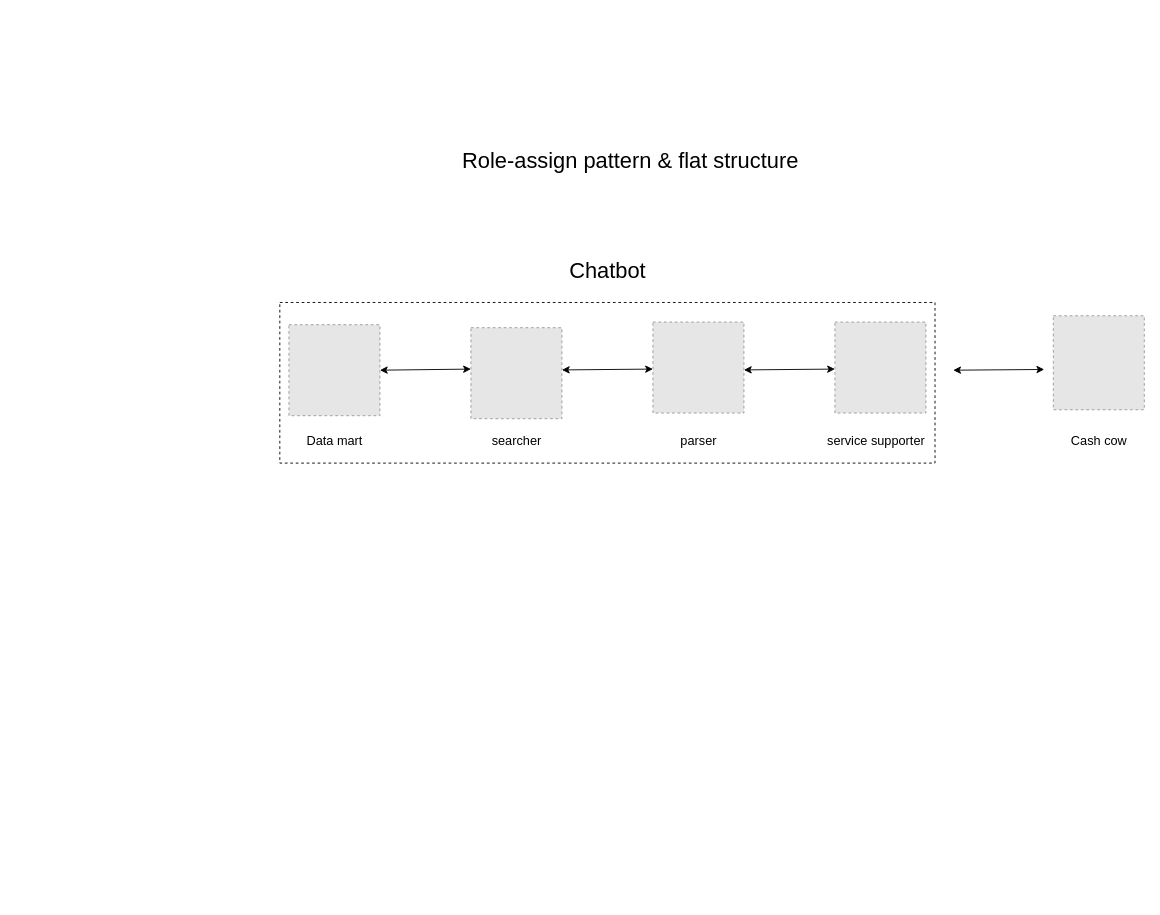
Earlier version of the draw.io diagram multi-agent_architect.drawio (Hieraaetus-moorei/Job_recommender). Source tidied: cells renumbered, new cells numbered last; positions are measured from the earlier drawing's top-left corner, leaving out a move shared by most shapes. Both pictures are drawn from the tidied source at 91%, with x=0, y=0 at pixel (279, 143). Pictures stored in the file or linked from it are replaced by grey dashed boxes.
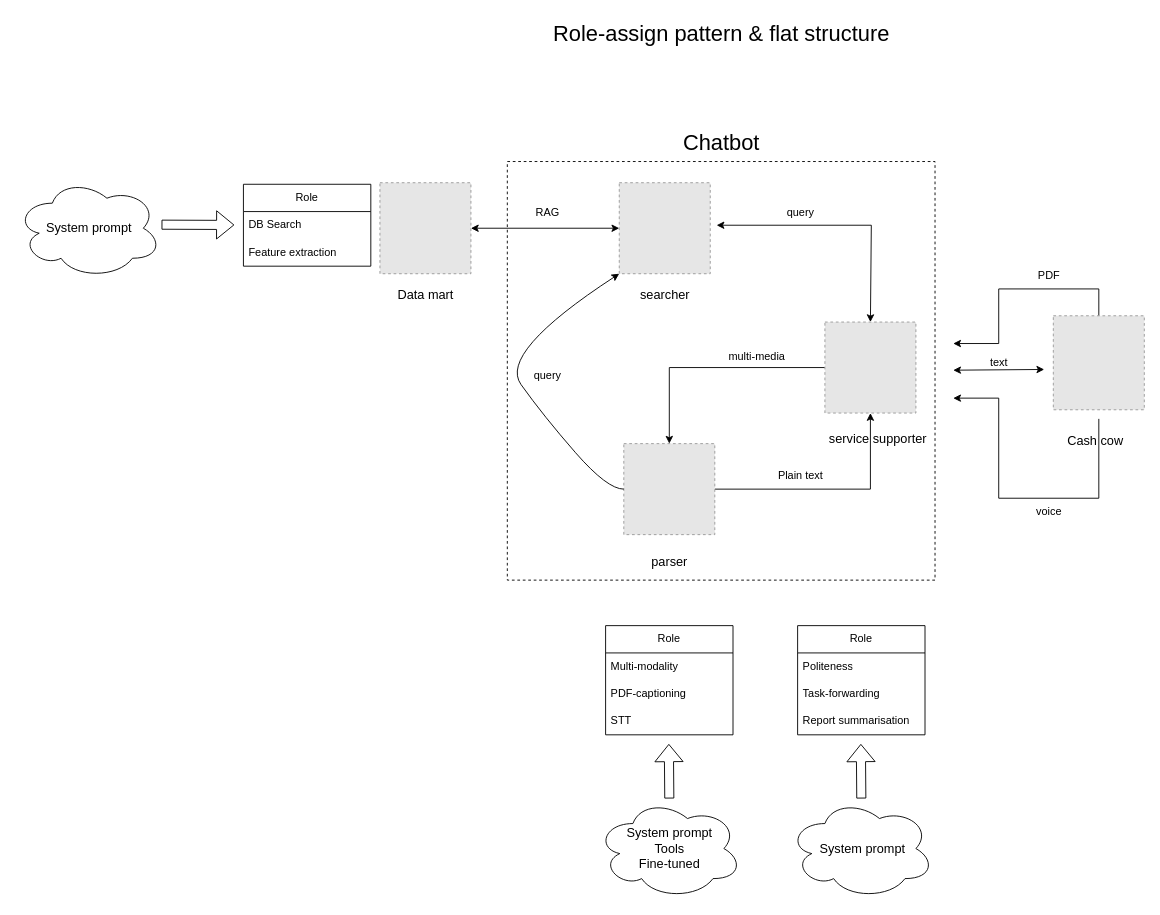
The same page after the edit.

The change refers to these unchanged cells:
```xml
<mxCell id="3" style="fillColor=#E6E6E6;strokeColor=#999999;dashed=1;verticalLabelPosition=bottom;labelBackgroundColor=default;verticalAlign=top;" parent="1" vertex="1">
  <mxGeometry x="850" y="189.5" width="100" height="103.3" as="geometry" />
</mxCell>
```

What changed in the source:
```diff
@@
-    <mxCell id="2" style="rounded=0;whiteSpace=wrap;html=1;fillColor=none;dashed=1;" parent="1" vertex="1">
-      <mxGeometry y="174.9" width="720" height="176.5" as="geometry" />
-    </mxCell>
+    <mxCell id="19" style="rounded=0;whiteSpace=wrap;html=1;fillColor=none;dashed=1;" parent="1" vertex="1">
+      <mxGeometry x="250" y="20" width="470" height="460" as="geometry" />
+    </mxCell>
+    <mxCell id="20" style="edgeStyle=orthogonalEdgeStyle;rounded=0;jettySize=auto;html=1;" parent="1" edge="1" source="3">
+      <mxGeometry relative="1" as="geometry">
+        <mxPoint x="740" y="220" as="targetPoint" />
+        <Array as="points">
+          <mxPoint x="900" y="160" />
+          <mxPoint x="790" y="160" />
+          <mxPoint x="790" y="220" />
+          <mxPoint x="740" y="220" />
+        </Array>
+      </mxGeometry>
+    </mxCell>
+    <mxCell id="21" style="edgeStyle=orthogonalEdgeStyle;rounded=0;orthogonalLoop=1;jettySize=auto;html=1;" parent="1" edge="1">
+      <mxGeometry relative="1" as="geometry">
+        <mxPoint x="900" y="302.8" as="sourcePoint" />
+        <mxPoint x="740" y="280" as="targetPoint" />
+        <Array as="points">
+          <mxPoint x="900" y="390" />
+          <mxPoint x="790" y="390" />
+          <mxPoint x="790" y="280" />
+          <mxPoint x="740" y="280" />
+        </Array>
+      </mxGeometry>
+    </mxCell>
@@
-    <mxCell id="4" style="fillColor=#E6E6E6;strokeColor=#999999;dashed=1;verticalLabelPosition=bottom;labelBackgroundColor=default;verticalAlign=top;" parent="1" vertex="1">
-      <mxGeometry x="10" y="199.3" width="100" height="100" as="geometry" />
-    </mxCell>
+    <mxCell id="22" style="fillColor=#E6E6E6;strokeColor=#999999;dashed=1;verticalLabelPosition=bottom;labelBackgroundColor=default;verticalAlign=top;" parent="1" vertex="1">
+      <mxGeometry x="110" y="43.3" width="100" height="100" as="geometry" />
+    </mxCell>
     <mxCell id="5" value="&lt;font style=&quot;font-size: 14px;&quot;&gt;Data mart&lt;/font&gt;" style="text;html=1;align=center;verticalAlign=middle;strokeColor=none;fillColor=none;" parent="1" vertex="1">
-      <mxGeometry x="20" y="311.6" width="80" height="30" as="geometry" />
+      <mxGeometry x="120" y="152.3" width="80" height="30" as="geometry" />
     </mxCell>
-    <mxCell id="6" style="fillColor=#E6E6E6;strokeColor=#999999;dashed=1;verticalLabelPosition=bottom;labelBackgroundColor=default;verticalAlign=top;" parent="1" vertex="1">
-      <mxGeometry x="610" y="196.4" width="100" height="100" as="geometry" />
-    </mxCell>
+    <mxCell id="23" style="edgeStyle=orthogonalEdgeStyle;rounded=0;jettySize=auto;html=1;exitX=0;exitY=0.5;exitDx=0;exitDy=0;entryX=0.5;entryY=0;entryDx=0;entryDy=0;" parent="1" edge="1" source="24" target="26">
+      <mxGeometry relative="1" as="geometry">
+        <Array as="points">
+          <mxPoint x="428" y="246" />
+        </Array>
+      </mxGeometry>
+    </mxCell>
+    <mxCell id="24" style="fillColor=#E6E6E6;strokeColor=#999999;dashed=1;verticalLabelPosition=bottom;labelBackgroundColor=default;verticalAlign=top;" parent="1" vertex="1">
+      <mxGeometry x="599" y="196.4" width="100" height="100" as="geometry" />
+    </mxCell>
     <mxCell id="7" value="&lt;font style=&quot;font-size: 14px;&quot;&gt;service supporter&lt;/font&gt;" style="text;html=1;align=center;verticalAlign=middle;strokeColor=none;fillColor=none;" parent="1" vertex="1">
-      <mxGeometry x="590" y="311.6" width="130" height="30" as="geometry" />
+      <mxGeometry x="592" y="309.6" width="130" height="30" as="geometry" />
     </mxCell>
-    <mxCell id="8" style="fillColor=#E6E6E6;strokeColor=#999999;dashed=1;verticalLabelPosition=bottom;labelBackgroundColor=default;verticalAlign=top;" parent="1" vertex="1">
-      <mxGeometry x="410" y="196.4" width="100" height="100" as="geometry" />
-    </mxCell>
-    <mxCell id="9" style="fillColor=#E6E6E6;strokeColor=#999999;dashed=1;verticalLabelPosition=bottom;labelBackgroundColor=default;verticalAlign=top;" parent="1" vertex="1">
-      <mxGeometry x="210" y="202.6" width="100" height="100" as="geometry" />
-    </mxCell>
+    <mxCell id="25" style="edgeStyle=orthogonalEdgeStyle;rounded=0;jettySize=auto;html=1;entryX=0.5;entryY=1;entryDx=0;entryDy=0;" parent="1" edge="1" source="26" target="24">
+      <mxGeometry relative="1" as="geometry" />
+    </mxCell>
+    <mxCell id="26" style="fillColor=#E6E6E6;strokeColor=#999999;dashed=1;verticalLabelPosition=bottom;labelBackgroundColor=default;verticalAlign=top;" parent="1" vertex="1">
+      <mxGeometry x="378" y="330" width="100" height="100" as="geometry" />
+    </mxCell>
+    <mxCell id="27" style="fillColor=#E6E6E6;strokeColor=#999999;dashed=1;verticalLabelPosition=bottom;labelBackgroundColor=default;verticalAlign=top;" parent="1" vertex="1">
+      <mxGeometry x="373" y="43.3" width="100" height="100" as="geometry" />
+    </mxCell>
     <mxCell id="10" value="&lt;font style=&quot;font-size: 14px;&quot;&gt;Cash cow&lt;/font&gt;" style="text;html=1;align=center;verticalAlign=middle;strokeColor=none;fillColor=none;" parent="1" vertex="1">
-      <mxGeometry x="860" y="311.6" width="80" height="30" as="geometry" />
+      <mxGeometry x="856" y="311.6" width="80" height="30" as="geometry" />
     </mxCell>
     <mxCell id="11" value="&lt;font size=&quot;5&quot;&gt;Chatbot&lt;/font&gt;" style="text;html=1;align=center;verticalAlign=middle;strokeColor=none;fillColor=none;" parent="1" vertex="1">
-      <mxGeometry x="305" y="121.2" width="110" height="40" as="geometry" />
+      <mxGeometry x="430" y="-20" width="110" height="40" as="geometry" />
     </mxCell>
-    <mxCell id="12" style="endArrow=classic;startArrow=classic;html=1;rounded=0;exitX=1;exitY=0.5;exitDx=0;exitDy=0;" parent="1" edge="1" source="4">
-      <mxGeometry relative="1" as="geometry">
-        <mxPoint x="210" y="248.1" as="targetPoint" />
-      </mxGeometry>
-    </mxCell>
-    <mxCell id="13" style="endArrow=classic;startArrow=classic;html=1;rounded=0;exitX=1;exitY=0.5;exitDx=0;exitDy=0;" parent="1" edge="1">
-      <mxGeometry relative="1" as="geometry">
-        <mxPoint x="310" y="249" as="sourcePoint" />
-        <mxPoint x="410" y="248.1" as="targetPoint" />
-      </mxGeometry>
-    </mxCell>
-    <mxCell id="14" style="endArrow=classic;startArrow=classic;html=1;rounded=0;exitX=1;exitY=0.5;exitDx=0;exitDy=0;" parent="1" edge="1">
-      <mxGeometry relative="1" as="geometry">
-        <mxPoint x="510" y="249" as="sourcePoint" />
-        <mxPoint x="610" y="248.1" as="targetPoint" />
-      </mxGeometry>
-    </mxCell>
     <mxCell id="15" value="&lt;font style=&quot;font-size: 14px;&quot;&gt;parser&lt;/font&gt;" style="text;html=1;align=center;verticalAlign=middle;strokeColor=none;fillColor=none;" parent="1" vertex="1">
-      <mxGeometry x="430" y="311.6" width="60" height="30" as="geometry" />
+      <mxGeometry x="398" y="445.2" width="60" height="30" as="geometry" />
     </mxCell>
     <mxCell id="16" value="&lt;font style=&quot;font-size: 14px;&quot;&gt;searcher&lt;/font&gt;" style="text;html=1;align=center;verticalAlign=middle;strokeColor=none;fillColor=none;" parent="1" vertex="1">
-      <mxGeometry x="220" y="311.6" width="80" height="30" as="geometry" />
+      <mxGeometry x="383" y="152.3" width="80" height="30" as="geometry" />
     </mxCell>
-    <mxCell id="17" style="endArrow=classic;startArrow=classic;html=1;rounded=0;exitX=1;exitY=0.5;exitDx=0;exitDy=0;" parent="1" edge="1">
-      <mxGeometry relative="1" as="geometry">
-        <mxPoint x="740" y="249.3" as="sourcePoint" />
-        <mxPoint x="840" y="248.5" as="targetPoint" />
-      </mxGeometry>
-    </mxCell>
+    <mxCell id="28" style="endArrow=classic;startArrow=classic;html=1;rounded=0;exitX=1;exitY=0.5;exitDx=0;exitDy=0;" parent="1" edge="1">
+      <mxGeometry relative="1" as="geometry">
+        <mxPoint x="740" y="249.3" as="sourcePoint" />
+        <mxPoint x="840" y="248.5" as="targetPoint" />
+      </mxGeometry>
+    </mxCell>
     <mxCell id="18" value="&lt;font size=&quot;5&quot;&gt;Role-assign pattern &amp;amp; flat structure&lt;/font&gt;" style="text;html=1;align=center;verticalAlign=middle;strokeColor=none;fillColor=none;" parent="1" vertex="1">
-      <mxGeometry x="190" width="390" height="40" as="geometry" />
+      <mxGeometry x="290" y="-140" width="390" height="40" as="geometry" />
     </mxCell>
+    <mxCell id="29" value="Role" style="swimlane;fontStyle=0;horizontal=1;startSize=30;whiteSpace=wrap;html=1;" parent="1" vertex="1">
+      <mxGeometry x="569" y="530" width="140" height="120" as="geometry" />
+    </mxCell>
+    <mxCell id="30" value="Politeness" style="text;strokeColor=none;fillColor=none;align=left;verticalAlign=middle;spacingLeft=4;spacingRight=4;overflow=hidden;whiteSpace=wrap;html=1;" parent="29" vertex="1">
+      <mxGeometry y="30" width="140" height="30" as="geometry" />
+    </mxCell>
+    <mxCell id="31" value="Task-forwarding" style="text;strokeColor=none;fillColor=none;align=left;verticalAlign=middle;spacingLeft=4;spacingRight=4;overflow=hidden;whiteSpace=wrap;html=1;" parent="29" vertex="1">
+      <mxGeometry y="60" width="140" height="30" as="geometry" />
+    </mxCell>
+    <mxCell id="32" value="Report summarisation" style="text;strokeColor=none;fillColor=none;align=left;verticalAlign=middle;spacingLeft=4;spacingRight=4;overflow=hidden;whiteSpace=wrap;html=1;" parent="29" vertex="1">
+      <mxGeometry y="90" width="140" height="30" as="geometry" />
+    </mxCell>
+    <mxCell id="33" value="&lt;font style=&quot;font-size: 12px;&quot;&gt;PDF&lt;/font&gt;" style="text;html=1;align=center;verticalAlign=middle;strokeColor=none;fillColor=none;" parent="1" vertex="1">
+      <mxGeometry x="820" y="131.2" width="50" height="30" as="geometry" />
+    </mxCell>
+    <mxCell id="34" value="&lt;font style=&quot;font-size: 12px;&quot;&gt;voice&lt;/font&gt;" style="text;html=1;align=center;verticalAlign=middle;strokeColor=none;fillColor=none;" parent="1" vertex="1">
+      <mxGeometry x="820" y="390" width="50" height="30" as="geometry" />
+    </mxCell>
+    <mxCell id="35" value="&lt;font style=&quot;font-size: 12px;&quot;&gt;text&lt;/font&gt;" style="text;html=1;align=center;verticalAlign=middle;strokeColor=none;fillColor=none;" parent="1" vertex="1">
+      <mxGeometry x="770" y="226.1" width="40" height="30" as="geometry" />
+    </mxCell>
+    <mxCell id="36" style="ellipse;shape=cloud;whiteSpace=wrap;html=1;" parent="1" vertex="1">
+      <mxGeometry x="559" y="720" width="160" height="110" as="geometry" />
+    </mxCell>
+    <mxCell id="37" style="shape=flexArrow;endArrow=classic;html=1;rounded=0;" parent="1" edge="1">
+      <mxGeometry relative="1" as="geometry">
+        <mxPoint x="639" y="720" as="sourcePoint" />
+        <mxPoint x="638.5" y="660" as="targetPoint" />
+      </mxGeometry>
+    </mxCell>
+    <mxCell id="38" value="&lt;font style=&quot;font-size: 14px;&quot;&gt;System prompt&lt;/font&gt;" style="text;html=1;align=center;verticalAlign=middle;strokeColor=none;fillColor=none;" parent="1" vertex="1">
+      <mxGeometry x="580" y="760" width="120" height="30" as="geometry" />
+    </mxCell>
+    <mxCell id="39" value="Role" style="swimlane;fontStyle=0;horizontal=1;startSize=30;whiteSpace=wrap;html=1;" parent="1" vertex="1">
+      <mxGeometry x="358" y="530" width="140" height="120" as="geometry" />
+    </mxCell>
+    <mxCell id="40" value="Multi-modality" style="text;strokeColor=none;fillColor=none;align=left;verticalAlign=middle;spacingLeft=4;spacingRight=4;overflow=hidden;whiteSpace=wrap;html=1;" parent="39" vertex="1">
+      <mxGeometry y="30" width="140" height="30" as="geometry" />
+    </mxCell>
+    <mxCell id="41" value="PDF-captioning" style="text;strokeColor=none;fillColor=none;align=left;verticalAlign=middle;spacingLeft=4;spacingRight=4;overflow=hidden;whiteSpace=wrap;html=1;" parent="39" vertex="1">
+      <mxGeometry y="60" width="140" height="30" as="geometry" />
+    </mxCell>
+    <mxCell id="42" value="STT" style="text;strokeColor=none;fillColor=none;align=left;verticalAlign=middle;spacingLeft=4;spacingRight=4;overflow=hidden;whiteSpace=wrap;html=1;" parent="39" vertex="1">
+      <mxGeometry y="90" width="140" height="30" as="geometry" />
+    </mxCell>
+    <mxCell id="43" value="Role" style="swimlane;fontStyle=0;horizontal=1;startSize=30;whiteSpace=wrap;html=1;" parent="1" vertex="1">
+      <mxGeometry x="-40" y="45" width="140" height="90" as="geometry" />
+    </mxCell>
+    <mxCell id="44" value="DB Search" style="text;strokeColor=none;fillColor=none;align=left;verticalAlign=middle;spacingLeft=4;spacingRight=4;overflow=hidden;whiteSpace=wrap;html=1;" parent="43" vertex="1">
+      <mxGeometry y="30" width="140" height="30" as="geometry" />
+    </mxCell>
+    <mxCell id="45" value="Feature extraction" style="text;strokeColor=none;fillColor=none;align=left;verticalAlign=middle;spacingLeft=4;spacingRight=4;overflow=hidden;whiteSpace=wrap;html=1;" parent="43" vertex="1">
+      <mxGeometry y="60" width="140" height="30" as="geometry" />
+    </mxCell>
+    <mxCell id="46" style="ellipse;shape=cloud;whiteSpace=wrap;html=1;" parent="1" vertex="1">
+      <mxGeometry x="348" y="720" width="160" height="110" as="geometry" />
+    </mxCell>
+    <mxCell id="47" style="shape=flexArrow;endArrow=classic;html=1;rounded=0;" parent="1" edge="1">
+      <mxGeometry relative="1" as="geometry">
+        <mxPoint x="428" y="720" as="sourcePoint" />
+        <mxPoint x="427.5" y="660" as="targetPoint" />
+      </mxGeometry>
+    </mxCell>
+    <mxCell id="48" value="&lt;font style=&quot;font-size: 14px;&quot;&gt;System prompt&lt;/font&gt;&lt;div&gt;&lt;font style=&quot;font-size: 14px;&quot;&gt;Tools&lt;/font&gt;&lt;/div&gt;&lt;div&gt;&lt;font style=&quot;font-size: 14px;&quot;&gt;Fine-tuned&lt;/font&gt;&lt;/div&gt;" style="text;html=1;align=center;verticalAlign=middle;strokeColor=none;fillColor=none;" parent="1" vertex="1">
+      <mxGeometry x="368" y="745" width="120" height="60" as="geometry" />
+    </mxCell>
+    <mxCell id="49" style="ellipse;shape=cloud;whiteSpace=wrap;html=1;" parent="1" vertex="1">
+      <mxGeometry x="-290" y="38.3" width="160" height="110" as="geometry" />
+    </mxCell>
+    <mxCell id="50" style="shape=flexArrow;endArrow=classic;html=1;rounded=0;" parent="1" edge="1">
+      <mxGeometry relative="1" as="geometry">
+        <mxPoint x="-130" y="89.4" as="sourcePoint" />
+        <mxPoint x="-50" y="89.7" as="targetPoint" />
+      </mxGeometry>
+    </mxCell>
+    <mxCell id="51" value="&lt;font style=&quot;font-size: 14px;&quot;&gt;System prompt&lt;/font&gt;" style="text;html=1;align=center;verticalAlign=middle;strokeColor=none;fillColor=none;" parent="1" vertex="1">
+      <mxGeometry x="-270" y="78.3" width="120" height="30" as="geometry" />
+    </mxCell>
+    <mxCell id="52" value="query" style="text;html=1;align=center;verticalAlign=middle;strokeColor=none;fillColor=none;" parent="1" vertex="1">
+      <mxGeometry x="547" y="60.7" width="50" height="30" as="geometry" />
+    </mxCell>
+    <mxCell id="53" value="multi-media" style="text;html=1;align=center;verticalAlign=middle;strokeColor=none;fillColor=none;" parent="1" vertex="1">
+      <mxGeometry x="479" y="220" width="90" height="30" as="geometry" />
+    </mxCell>
+    <mxCell id="54" value="Plain text" style="text;html=1;align=center;verticalAlign=middle;strokeColor=none;fillColor=none;" parent="1" vertex="1">
+      <mxGeometry x="537" y="350" width="70" height="30" as="geometry" />
+    </mxCell>
+    <mxCell id="55" style="curved=1;endArrow=classic;html=1;rounded=0;exitX=0;exitY=0.5;exitDx=0;exitDy=0;entryX=0;entryY=1;entryDx=0;entryDy=0;" parent="1" edge="1" source="26" target="27">
+      <mxGeometry relative="1" as="geometry">
+        <Array as="points">
+          <mxPoint x="360" y="380" />
+          <mxPoint x="290" y="300" />
+          <mxPoint x="240" y="230" />
+        </Array>
+      </mxGeometry>
+    </mxCell>
+    <mxCell id="56" value="query" style="text;html=1;align=center;verticalAlign=middle;strokeColor=none;fillColor=none;" parent="1" vertex="1">
+      <mxGeometry x="269" y="240" width="50" height="30" as="geometry" />
+    </mxCell>
+    <mxCell id="57" style="endArrow=classic;startArrow=classic;html=1;rounded=0;exitX=1;exitY=0.5;exitDx=0;exitDy=0;" parent="1" edge="1" source="22" target="27">
+      <mxGeometry relative="1" as="geometry" />
+    </mxCell>
+    <mxCell id="58" value="RAG" style="text;html=1;align=center;verticalAlign=middle;strokeColor=none;fillColor=none;" parent="1" vertex="1">
+      <mxGeometry x="269" y="60.7" width="50" height="30" as="geometry" />
+    </mxCell>
+    <mxCell id="59" style="endArrow=classic;startArrow=classic;html=1;rounded=0;exitX=0.5;exitY=0;exitDx=0;exitDy=0;" parent="1" edge="1" source="24">
+      <mxGeometry relative="1" as="geometry">
+        <mxPoint x="480" y="90" as="targetPoint" />
+        <Array as="points">
+          <mxPoint x="650" y="90" />
+        </Array>
+      </mxGeometry>
+    </mxCell>
```
